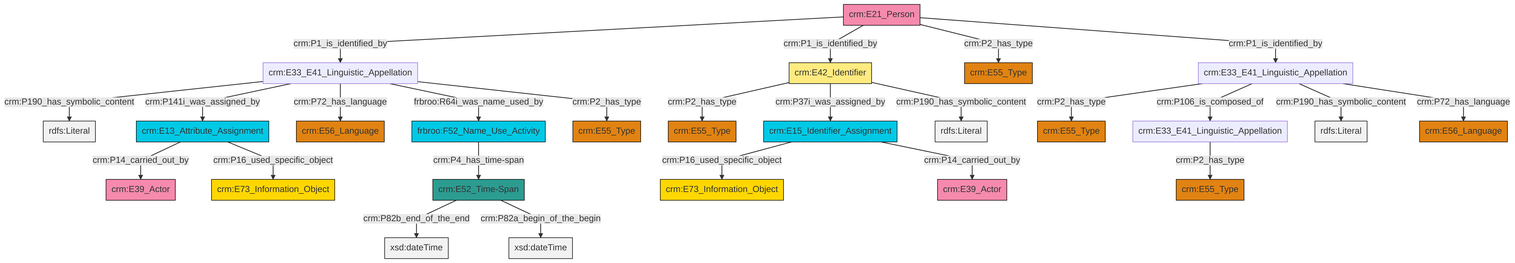
Earlier version of the Mermaid export et/personCSV/ttl/mmd/png/Person_Names_and_Classification.png (swiss-art-research-net/reference-data-models). Its source is kept beside it as et/personCSV/ttl/mmd/Person_Names_and_Classification.ttl.mmd.
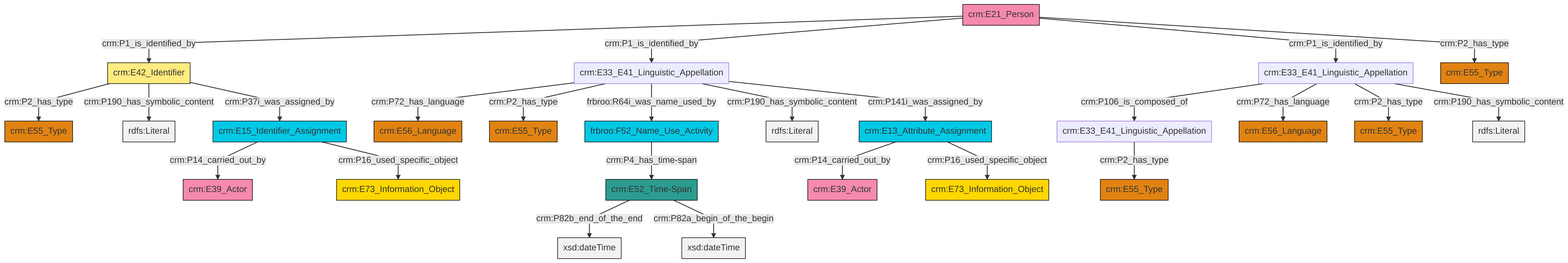
After the commit.

What changed in the source:
```diff
@@ -13,27 +13,27 @@
 classDef PC_Classes fill:#4ce600, stroke:#000000;
 classDef Multi fill:#cccccc,stroke:#000000;
 
-0["crm:E33_E41_Linguistic_Appellation"]:::Default -->|crm:P2_has_type| 1["crm:E55_Type"]:::Type
-0["crm:E33_E41_Linguistic_Appellation"]:::Default -->|crm:P106_is_composed_of| 2["crm:E33_E41_Linguistic_Appellation"]:::Default
-7["frbroo:F52_Name_Use_Activity"]:::Temporal_Entity -->|crm:P4_has_time-span| 8["crm:E52_Time-Span"]:::Time-Span
-13["crm:E42_Identifier"]:::Appellation -->|crm:P2_has_type| 11["crm:E55_Type"]:::Type
-22["crm:E21_Person"]:::Actor -->|crm:P1_is_identified_by| 9["crm:E33_E41_Linguistic_Appellation"]:::Default
-22["crm:E21_Person"]:::Actor -->|crm:P1_is_identified_by| 13["crm:E42_Identifier"]:::Appellation
-16["crm:E13_Attribute_Assignment"]:::Temporal_Entity -->|crm:P14_carried_out_by| 23["crm:E39_Actor"]:::Actor
-2["crm:E33_E41_Linguistic_Appellation"]:::Default -->|crm:P2_has_type| 24["crm:E55_Type"]:::Type
-9["crm:E33_E41_Linguistic_Appellation"]:::Default -->|crm:P190_has_symbolic_content| 25[rdfs:Literal]:::Literal
-22["crm:E21_Person"]:::Actor -->|crm:P2_has_type| 28["crm:E55_Type"]:::Type
-8["crm:E52_Time-Span"]:::Time-Span -->|crm:P82b_end_of_the_end| 29[xsd:dateTime]:::Literal
-22["crm:E21_Person"]:::Actor -->|crm:P1_is_identified_by| 0["crm:E33_E41_Linguistic_Appellation"]:::Default
-9["crm:E33_E41_Linguistic_Appellation"]:::Default -->|crm:P141i_was_assigned_by| 16["crm:E13_Attribute_Assignment"]:::Temporal_Entity
-13["crm:E42_Identifier"]:::Appellation -->|crm:P37i_was_assigned_by| 34["crm:E15_Identifier_Assignment"]:::Temporal_Entity
-9["crm:E33_E41_Linguistic_Appellation"]:::Default -->|crm:P72_has_language| 30["crm:E56_Language"]:::Type
-13["crm:E42_Identifier"]:::Appellation -->|crm:P190_has_symbolic_content| 36[rdfs:Literal]:::Literal
-0["crm:E33_E41_Linguistic_Appellation"]:::Default -->|crm:P190_has_symbolic_content| 37[rdfs:Literal]:::Literal
-9["crm:E33_E41_Linguistic_Appellation"]:::Default -->|frbroo:R64i_was_name_used_by| 7["frbroo:F52_Name_Use_Activity"]:::Temporal_Entity
-8["crm:E52_Time-Span"]:::Time-Span -->|crm:P82a_begin_of_the_begin| 38[xsd:dateTime]:::Literal
-34["crm:E15_Identifier_Assignment"]:::Temporal_Entity -->|crm:P16_used_specific_object| 18["crm:E73_Information_Object"]:::Conceptual_Object
-34["crm:E15_Identifier_Assignment"]:::Temporal_Entity -->|crm:P14_carried_out_by| 14["crm:E39_Actor"]:::Actor
-9["crm:E33_E41_Linguistic_Appellation"]:::Default -->|crm:P2_has_type| 39["crm:E55_Type"]:::Type
-16["crm:E13_Attribute_Assignment"]:::Temporal_Entity -->|crm:P16_used_specific_object| 4["crm:E73_Information_Object"]:::Conceptual_Object
-0["crm:E33_E41_Linguistic_Appellation"]:::Default -->|crm:P72_has_language| 44["crm:E56_Language"]:::Type
+0["crm:E13_Attribute_Assignment"]:::Temporal_Entity -->|crm:P14_carried_out_by| 1["crm:E39_Actor"]:::Actor
+2["frbroo:F52_Name_Use_Activity"]:::Temporal_Entity -->|crm:P4_has_time-span| 3["crm:E52_Time-Span"]:::Time-Span
+0["crm:E13_Attribute_Assignment"]:::Temporal_Entity -->|crm:P16_used_specific_object| 6["crm:E73_Information_Object"]:::Conceptual_Object
+3["crm:E52_Time-Span"]:::Time-Span -->|crm:P82b_end_of_the_end| 11[xsd:dateTime]:::Literal
+12["crm:E33_E41_Linguistic_Appellation"]:::Default -->|crm:P106_is_composed_of| 13["crm:E33_E41_Linguistic_Appellation"]:::Default
+12["crm:E33_E41_Linguistic_Appellation"]:::Default -->|crm:P72_has_language| 14["crm:E56_Language"]:::Type
+12["crm:E33_E41_Linguistic_Appellation"]:::Default -->|crm:P2_has_type| 15["crm:E55_Type"]:::Type
+20["crm:E42_Identifier"]:::Appellation -->|crm:P2_has_type| 21["crm:E55_Type"]:::Type
+4["crm:E21_Person"]:::Actor -->|crm:P1_is_identified_by| 20["crm:E42_Identifier"]:::Appellation
+13["crm:E33_E41_Linguistic_Appellation"]:::Default -->|crm:P2_has_type| 9["crm:E55_Type"]:::Type
+20["crm:E42_Identifier"]:::Appellation -->|crm:P190_has_symbolic_content| 27[rdfs:Literal]:::Literal
+4["crm:E21_Person"]:::Actor -->|crm:P1_is_identified_by| 17["crm:E33_E41_Linguistic_Appellation"]:::Default
+17["crm:E33_E41_Linguistic_Appellation"]:::Default -->|crm:P72_has_language| 24["crm:E56_Language"]:::Type
+4["crm:E21_Person"]:::Actor -->|crm:P1_is_identified_by| 12["crm:E33_E41_Linguistic_Appellation"]:::Default
+30["crm:E15_Identifier_Assignment"]:::Temporal_Entity -->|crm:P14_carried_out_by| 31["crm:E39_Actor"]:::Actor
+3["crm:E52_Time-Span"]:::Time-Span -->|crm:P82a_begin_of_the_begin| 33[xsd:dateTime]:::Literal
+17["crm:E33_E41_Linguistic_Appellation"]:::Default -->|crm:P2_has_type| 35["crm:E55_Type"]:::Type
+17["crm:E33_E41_Linguistic_Appellation"]:::Default -->|frbroo:R64i_was_name_used_by| 2["frbroo:F52_Name_Use_Activity"]:::Temporal_Entity
+17["crm:E33_E41_Linguistic_Appellation"]:::Default -->|crm:P190_has_symbolic_content| 36[rdfs:Literal]:::Literal
+20["crm:E42_Identifier"]:::Appellation -->|crm:P37i_was_assigned_by| 30["crm:E15_Identifier_Assignment"]:::Temporal_Entity
+30["crm:E15_Identifier_Assignment"]:::Temporal_Entity -->|crm:P16_used_specific_object| 7["crm:E73_Information_Object"]:::Conceptual_Object
+4["crm:E21_Person"]:::Actor -->|crm:P2_has_type| 39["crm:E55_Type"]:::Type
+12["crm:E33_E41_Linguistic_Appellation"]:::Default -->|crm:P190_has_symbolic_content| 44[rdfs:Literal]:::Literal
+17["crm:E33_E41_Linguistic_Appellation"]:::Default -->|crm:P141i_was_assigned_by| 0["crm:E13_Attribute_Assignment"]:::Temporal_Entity
```
